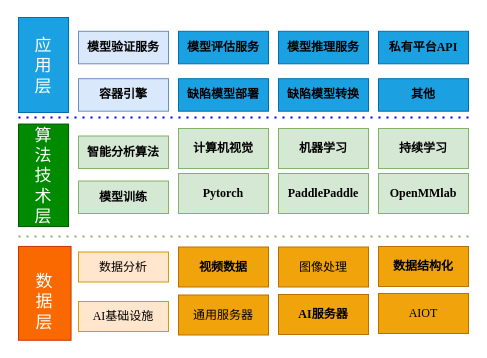
The draw.io diagram AI_architecture.drawio in paleblackless/diagrams, before the edit. Source tidied: cells renumbered, new cells numbered last; positions are measured from the earlier drawing's top-left corner, leaving out a move shared by most shapes. Both pictures are drawn from the tidied source at 100%, with x=0, y=0 at pixel (-8, 31).
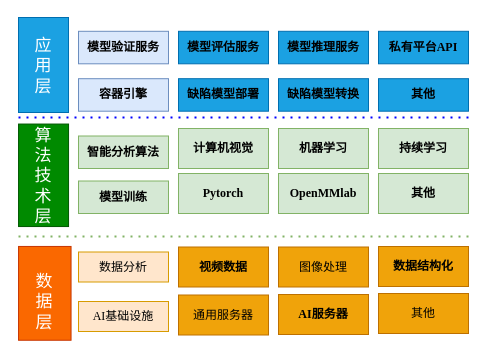
After the change.

The edit, as a diff of the source:
```diff
@@
-    <mxCell id="13" value="&lt;b&gt;PaddlePaddle&lt;/b&gt;" style="rounded=0;whiteSpace=wrap;html=1;fillColor=#d5e8d4;strokeColor=#82b366;fontFamily=Times New Roman;" parent="1" vertex="1">
-      <mxGeometry x="286" y="142" width="90" height="40" as="geometry" />
-    </mxCell>
@@
     <mxCell id="15" value="&lt;b&gt;OpenMMlab&lt;/b&gt;" style="rounded=0;whiteSpace=wrap;html=1;fillColor=#d5e8d4;strokeColor=#82b366;fontFamily=Times New Roman;" parent="1" vertex="1">
-      <mxGeometry x="386" y="142" width="90" height="40" as="geometry" />
+      <mxGeometry x="286" y="142" width="90" height="40" as="geometry" />
     </mxCell>
@@
-    <mxCell id="21" value="AIOT" style="rounded=0;whiteSpace=wrap;html=1;fillColor=#f0a30a;strokeColor=#BD7000;fontColor=#000000;fontFamily=Times New Roman;" parent="1" vertex="1">
+    <mxCell id="21" value="其他" style="rounded=0;whiteSpace=wrap;html=1;fillColor=#f0a30a;strokeColor=#BD7000;fontColor=#000000;fontFamily=Times New Roman;" parent="1" vertex="1">
       <mxGeometry x="386" y="262" width="90" height="40" as="geometry" />
     </mxCell>
@@
+    <mxCell id="35" value="&lt;b&gt;其他&lt;/b&gt;" style="rounded=0;whiteSpace=wrap;html=1;fillColor=#d5e8d4;strokeColor=#82b366;fontFamily=Times New Roman;" parent="1" vertex="1">
+      <mxGeometry x="386" y="142" width="90" height="40" as="geometry" />
+    </mxCell>
```
